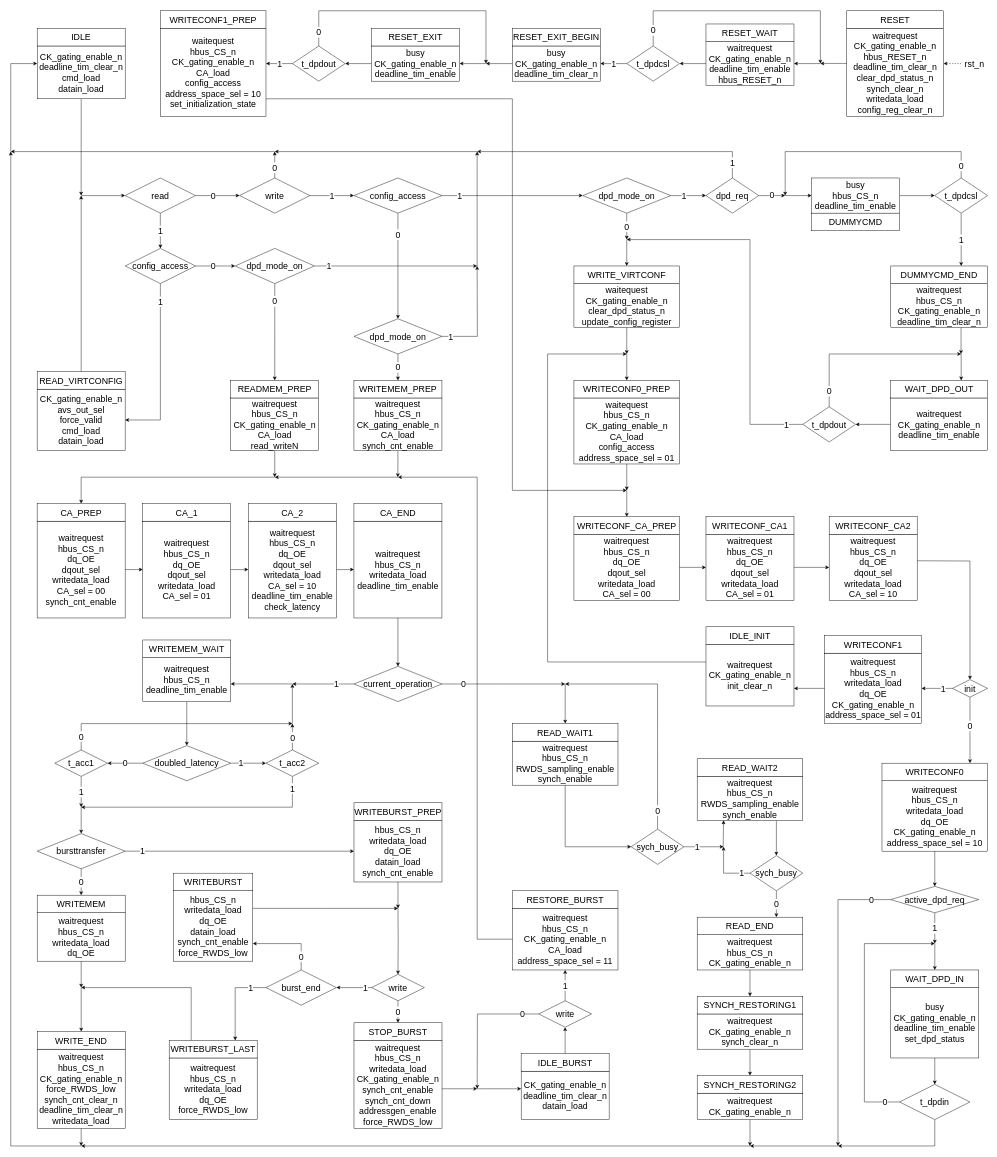
Before: page "FSM" (9 of 9) of hyperram_system/ip/avs_to_hram_converter/schematics/avs_to_hram_converter.drawio in AndreaBononi/Intel_Cyclone10LP_systems, a draw.io diagram. Source tidied: cells renumbered, new cells numbered last; positions are measured from the earlier drawing's top-left corner, leaving out a move shared by most shapes. Both pictures are drawn from the tidied source at 44%, with x=0, y=0 at pixel (11, 11).
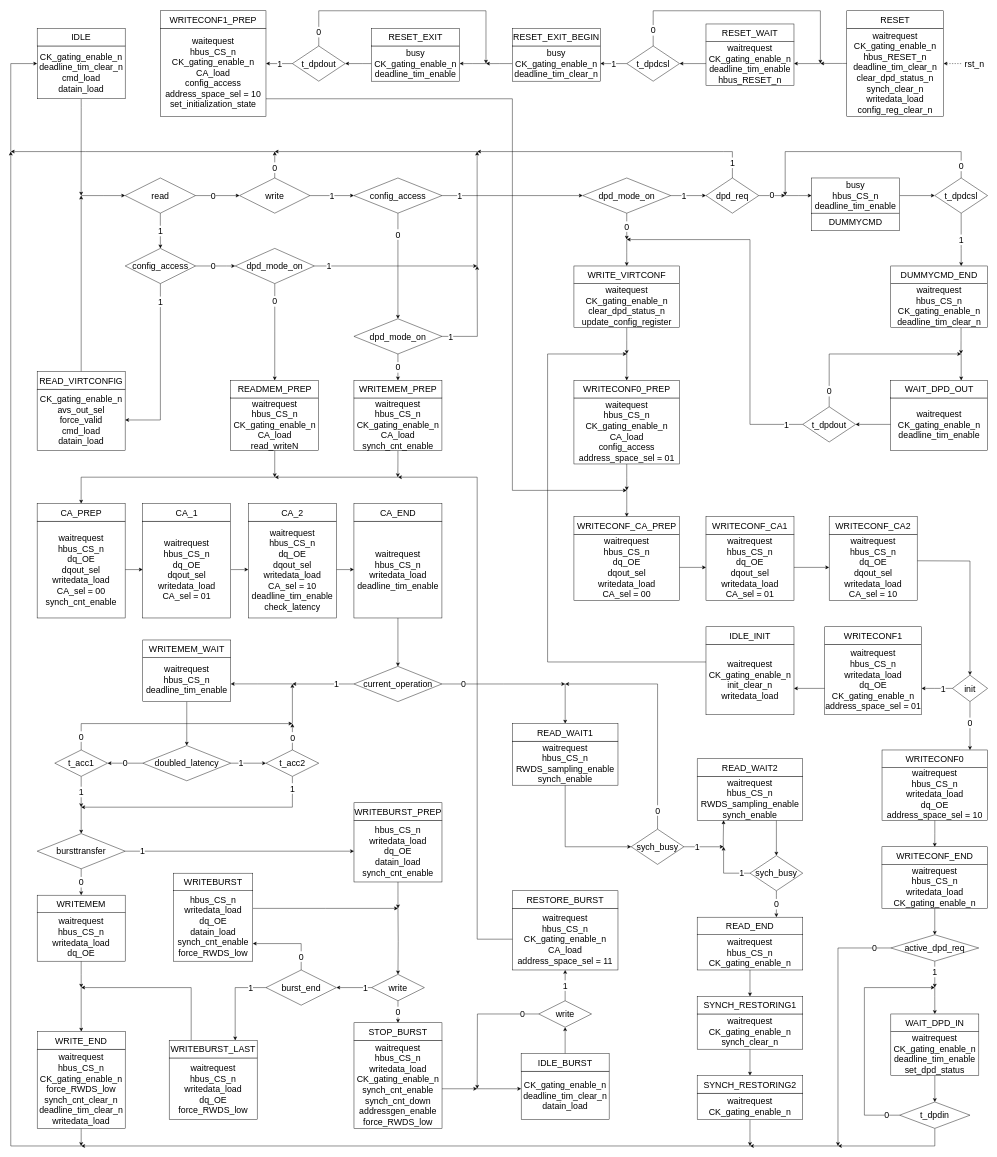
After the change.

Commit message (it also covers changes not shown here):
hyperram system timing and schematic update

What changed in the source:
```diff
@@
     <mxCell id="36" value="1" style="edgeStyle=orthogonalEdgeStyle;rounded=0;jettySize=auto;html=1;exitX=0.5;exitY=1;exitDx=0;exitDy=0;fontSize=20;" parent="1" edge="1" source="37">
-      <mxGeometry x="-0.01" relative="1" as="geometry">
-        <mxPoint x="2100" y="2120" as="targetPoint" />
+      <mxGeometry x="-0.21" relative="1" as="geometry">
+        <mxPoint x="2100" y="2220" as="targetPoint" />
       </mxGeometry>
     </mxCell>
     <mxCell id="37" value="&lt;font style=&quot;font-size: 20px;&quot;&gt;active_dpd_req&lt;/font&gt;" style="rhombus;whiteSpace=wrap;html=1;fontSize=20;" parent="1" vertex="1">
-      <mxGeometry x="2000" y="1990" width="200" height="60" as="geometry" />
+      <mxGeometry x="2000" y="2100" width="200" height="60" as="geometry" />
     </mxCell>
@@
-    <mxCell id="90" style="edgeStyle=orthogonalEdgeStyle;rounded=0;jettySize=auto;html=1;exitX=0;exitY=0.5;exitDx=0;exitDy=0;" parent="1" edge="1" source="91">
+    <mxCell id="90" style="edgeStyle=orthogonalEdgeStyle;rounded=0;orthogonalLoop=1;jettySize=auto;html=1;" parent="1" edge="1">
       <mxGeometry relative="1" as="geometry">
+        <mxPoint x="1850" y="1540" as="sourcePoint" />
         <mxPoint x="1780" y="1540" as="targetPoint" />
       </mxGeometry>
     </mxCell>
     <mxCell id="91" value="&lt;div style=&quot;font-size: 20px;&quot;&gt;waitrequest&lt;/div&gt;&lt;div style=&quot;font-size: 20px;&quot;&gt;&lt;font style=&quot;font-size: 20px;&quot;&gt;hbus_CS_n&lt;/font&gt;&lt;/div&gt;&lt;div style=&quot;font-size: 20px;&quot;&gt;&lt;font style=&quot;font-size: 20px;&quot;&gt;writedata_load&lt;/font&gt;&lt;/div&gt;&lt;div style=&quot;font-size: 20px;&quot;&gt;&lt;font style=&quot;font-size: 20px;&quot;&gt;dq_OE&lt;/font&gt;&lt;font style=&quot;font-size: 20px;&quot;&gt;&lt;br&gt;&lt;/font&gt;&lt;/div&gt;&lt;div style=&quot;font-size: 20px;&quot;&gt;&lt;font style=&quot;font-size: 20px;&quot;&gt;CK_gating_enable_n&lt;/font&gt;&lt;/div&gt;&lt;div style=&quot;font-size: 20px;&quot;&gt;&lt;font style=&quot;font-size: 20px;&quot;&gt;address_space_sel = 01&lt;br&gt;&lt;/font&gt;&lt;/div&gt;" style="rounded=0;whiteSpace=wrap;html=1;fontSize=20;" parent="1" vertex="1">
-      <mxGeometry x="1849.9" y="1460" width="220.1" height="160" as="geometry" />
+      <mxGeometry x="1850" y="1440" width="220" height="160" as="geometry" />
     </mxCell>
     <mxCell id="92" value="&lt;font style=&quot;font-size: 20px;&quot;&gt;WRITE&lt;/font&gt;&lt;font style=&quot;font-size: 20px;&quot;&gt;CONF&lt;/font&gt;1" style="rounded=0;whiteSpace=wrap;html=1;fontSize=20;" parent="1" vertex="1">
-      <mxGeometry x="1849.9" y="1420" width="220.1" height="40" as="geometry" />
+      <mxGeometry x="1850" y="1400" width="220.1" height="40" as="geometry" />
     </mxCell>
     <mxCell id="93" value="0" style="edgeStyle=orthogonalEdgeStyle;rounded=0;jettySize=auto;html=1;exitX=0;exitY=0.5;exitDx=0;exitDy=0;fontSize=20;" parent="1" edge="1" source="37">
       <mxGeometry x="-0.87" relative="1" as="geometry">
         <mxPoint x="1880" y="2580" as="targetPoint" />
         <Array as="points">
-          <mxPoint x="1880" y="2020" />
+          <mxPoint x="1880" y="2130" />
         </Array>
       </mxGeometry>
     </mxCell>
@@
-    <mxCell id="105" value="&lt;div style=&quot;font-size: 20px;&quot;&gt;&lt;font style=&quot;font-size: 20px;&quot;&gt;busy&lt;/font&gt;&lt;/div&gt;&lt;div style=&quot;font-size: 20px;&quot;&gt;&lt;font style=&quot;font-size: 20px;&quot;&gt;CK_gating_enable_n&lt;/font&gt;&lt;/div&gt;&lt;div style=&quot;font-size: 20px;&quot;&gt;deadline_tim_enable&lt;br style=&quot;font-size: 20px;&quot;&gt;&lt;/div&gt;&lt;div style=&quot;font-size: 20px;&quot;&gt;set_dpd_status&lt;br style=&quot;font-size: 20px;&quot;&gt;&lt;/div&gt;" style="rounded=0;whiteSpace=wrap;html=1;fontSize=20;" parent="1" vertex="1">
-      <mxGeometry x="2000" y="2220" width="200" height="160" as="geometry" />
+    <mxCell id="105" value="&lt;div style=&quot;font-size: 20px;&quot;&gt;waitrequest&lt;font style=&quot;font-size: 20px;&quot;&gt;&lt;br&gt;&lt;/font&gt;&lt;/div&gt;&lt;div style=&quot;font-size: 20px;&quot;&gt;&lt;font style=&quot;font-size: 20px;&quot;&gt;CK_gating_enable_n&lt;/font&gt;&lt;/div&gt;&lt;div style=&quot;font-size: 20px;&quot;&gt;deadline_tim_enable&lt;br style=&quot;font-size: 20px;&quot;&gt;&lt;/div&gt;&lt;div style=&quot;font-size: 20px;&quot;&gt;set_dpd_status&lt;br style=&quot;font-size: 20px;&quot;&gt;&lt;/div&gt;" style="rounded=0;whiteSpace=wrap;html=1;fontSize=20;" parent="1" vertex="1">
+      <mxGeometry x="2000.1" y="2320" width="200" height="100" as="geometry" />
     </mxCell>
-    <mxCell id="106" style="edgeStyle=orthogonalEdgeStyle;rounded=0;jettySize=auto;html=1;exitX=0.5;exitY=0;exitDx=0;exitDy=0;entryX=0.5;entryY=0;entryDx=0;entryDy=0;" parent="1" edge="1" target="107">
+    <mxCell id="106" style="edgeStyle=orthogonalEdgeStyle;rounded=0;jettySize=auto;html=1;entryX=0.5;entryY=0;entryDx=0;entryDy=0;" parent="1" edge="1" target="107">
       <mxGeometry relative="1" as="geometry">
-        <mxPoint x="2100.1" y="2120" as="sourcePoint" />
+        <mxPoint x="2100" y="2220" as="sourcePoint" />
         <Array as="points">
-          <mxPoint x="2100" y="2150" />
-          <mxPoint x="2100" y="2150" />
+          <mxPoint x="2100" y="2240" />
+          <mxPoint x="2100" y="2240" />
         </Array>
       </mxGeometry>
     </mxCell>
     <mxCell id="107" value="&lt;font style=&quot;font-size: 20px;&quot;&gt;WAIT_DPD_IN&lt;/font&gt;" style="rounded=0;whiteSpace=wrap;html=1;fontSize=20;" parent="1" vertex="1">
-      <mxGeometry x="2000" y="2180" width="200" height="40" as="geometry" />
+      <mxGeometry x="2000.1" y="2280" width="200" height="40" as="geometry" />
     </mxCell>
     <mxCell id="108" value="0" style="edgeStyle=orthogonalEdgeStyle;rounded=0;jettySize=auto;html=1;exitX=0;exitY=0.5;exitDx=0;exitDy=0;fontSize=20;" parent="1" edge="1" source="110">
       <mxGeometry x="-0.89" relative="1" as="geometry">
-        <mxPoint x="2100" y="2120" as="targetPoint" />
+        <mxPoint x="2100" y="2220" as="targetPoint" />
         <Array as="points">
-          <mxPoint x="1940" y="2480" />
-          <mxPoint x="1940" y="2120" />
+          <mxPoint x="1940" y="2510" />
+          <mxPoint x="1940" y="2220" />
         </Array>
       </mxGeometry>
     </mxCell>
@@
     <mxCell id="110" value="&lt;font style=&quot;font-size: 20px;&quot;&gt;t_dpdin&lt;/font&gt;" style="rhombus;whiteSpace=wrap;html=1;fontSize=20;" parent="1" vertex="1">
-      <mxGeometry x="2020" y="2440" width="160" height="80" as="geometry" />
+      <mxGeometry x="2020.1" y="2480" width="160" height="60" as="geometry" />
     </mxCell>
@@
-    <mxCell id="208" style="edgeStyle=orthogonalEdgeStyle;rounded=0;jettySize=auto;html=1;exitX=0.5;exitY=1;exitDx=0;exitDy=0;entryX=0.5;entryY=0;entryDx=0;entryDy=0;" parent="1" edge="1" source="209" target="37">
-      <mxGeometry relative="1" as="geometry" />
+    <mxCell id="208" style="edgeStyle=orthogonalEdgeStyle;rounded=0;jettySize=auto;html=1;entryX=0.5;entryY=0;entryDx=0;entryDy=0;" parent="1" edge="1" target="37">
+      <mxGeometry relative="1" as="geometry">
+        <mxPoint x="2100" y="2000" as="sourcePoint" />
+        <Array as="points">
+          <mxPoint x="2100" y="2030" />
+          <mxPoint x="2100" y="2030" />
+        </Array>
+      </mxGeometry>
     </mxCell>
+    <mxCell id="223" style="edgeStyle=orthogonalEdgeStyle;rounded=0;jettySize=auto;html=1;exitX=0.5;exitY=1;exitDx=0;exitDy=0;entryX=0.5;entryY=0;entryDx=0;entryDy=0;" parent="1" edge="1" source="209" target="224">
+      <mxGeometry relative="1" as="geometry" />
+    </mxCell>
-    <mxCell id="209" value="&lt;div style=&quot;font-size: 20px;&quot;&gt;waitrequest&lt;/div&gt;&lt;div style=&quot;font-size: 20px;&quot;&gt;&lt;font style=&quot;font-size: 20px;&quot;&gt;hbus_CS_n&lt;/font&gt;&lt;/div&gt;&lt;div style=&quot;font-size: 20px;&quot;&gt;&lt;font style=&quot;font-size: 20px;&quot;&gt;writedata_load&lt;/font&gt;&lt;/div&gt;&lt;div style=&quot;font-size: 20px;&quot;&gt;&lt;font style=&quot;font-size: 20px;&quot;&gt;dq_OE&lt;/font&gt;&lt;font style=&quot;font-size: 20px;&quot;&gt;&lt;br&gt;&lt;/font&gt;&lt;/div&gt;&lt;div style=&quot;font-size: 20px;&quot;&gt;&lt;font style=&quot;font-size: 20px;&quot;&gt;CK_gating_enable_n&lt;/font&gt;&lt;/div&gt;&lt;div style=&quot;font-size: 20px;&quot;&gt;&lt;font style=&quot;font-size: 20px;&quot;&gt;address_space_sel = 10&lt;br&gt;&lt;/font&gt;&lt;/div&gt;" style="rounded=0;whiteSpace=wrap;html=1;fontSize=20;" parent="1" vertex="1">
-      <mxGeometry x="1980" y="1750" width="240" height="160" as="geometry" />
+    <mxCell id="209" value="&lt;div style=&quot;font-size: 20px;&quot;&gt;waitrequest&lt;/div&gt;&lt;div style=&quot;font-size: 20px;&quot;&gt;&lt;font style=&quot;font-size: 20px;&quot;&gt;hbus_CS_n&lt;/font&gt;&lt;/div&gt;&lt;div style=&quot;font-size: 20px;&quot;&gt;&lt;font style=&quot;font-size: 20px;&quot;&gt;writedata_load&lt;/font&gt;&lt;/div&gt;&lt;div style=&quot;font-size: 20px;&quot;&gt;&lt;font style=&quot;font-size: 20px;&quot;&gt;dq_OE&lt;/font&gt;&lt;font style=&quot;font-size: 20px;&quot;&gt;&lt;br&gt;&lt;/font&gt;&lt;/div&gt;&lt;div style=&quot;font-size: 20px;&quot;&gt;&lt;font style=&quot;font-size: 20px;&quot;&gt;address_space_sel = 10&lt;br&gt;&lt;/font&gt;&lt;/div&gt;" style="rounded=0;whiteSpace=wrap;html=1;fontSize=20;" parent="1" vertex="1">
+      <mxGeometry x="1980.1" y="1720" width="240" height="120" as="geometry" />
     </mxCell>
     <mxCell id="210" value="&lt;font style=&quot;font-size: 20px;&quot;&gt;WRITE&lt;/font&gt;&lt;font style=&quot;font-size: 20px;&quot;&gt;CONF&lt;/font&gt;0" style="rounded=0;whiteSpace=wrap;html=1;fontSize=20;" parent="1" vertex="1">
-      <mxGeometry x="1980" y="1710" width="240" height="40" as="geometry" />
+      <mxGeometry x="1980.1" y="1680" width="240" height="40" as="geometry" />
     </mxCell>
     <mxCell id="211" value="&lt;font style=&quot;font-size: 20px;&quot;&gt;0&lt;/font&gt;" style="edgeStyle=orthogonalEdgeStyle;rounded=0;jettySize=auto;html=1;exitX=0.5;exitY=1;exitDx=0;exitDy=0;" parent="1" edge="1" source="213">
       <mxGeometry x="-0.14" relative="1" as="geometry">
-        <mxPoint x="2180" y="1710" as="targetPoint" />
+        <mxPoint x="2180" y="1680" as="targetPoint" />
       </mxGeometry>
     </mxCell>
-    <mxCell id="212" value="&lt;font style=&quot;font-size: 20px;&quot;&gt;1&lt;/font&gt;" style="edgeStyle=orthogonalEdgeStyle;rounded=0;jettySize=auto;html=1;exitX=0;exitY=0.5;exitDx=0;exitDy=0;entryX=1;entryY=0.5;entryDx=0;entryDy=0;" parent="1" edge="1" source="213" target="91">
+    <mxCell id="212" value="&lt;font style=&quot;font-size: 20px;&quot;&gt;1&lt;/font&gt;" style="edgeStyle=orthogonalEdgeStyle;rounded=0;jettySize=auto;html=1;exitX=0;exitY=0.5;exitDx=0;exitDy=0;" parent="1" edge="1" source="213">
       <mxGeometry x="-0.4" relative="1" as="geometry">
+        <mxPoint x="2070" y="1540" as="targetPoint" />
         <Array as="points">
           <mxPoint x="2099.9" y="1540" />
           <mxPoint x="2099.9" y="1540" />
         </Array>
       </mxGeometry>
     </mxCell>
     <mxCell id="213" value="init" style="rhombus;whiteSpace=wrap;html=1;fontSize=20;" parent="1" vertex="1">
-      <mxGeometry x="2140" y="1520" width="80" height="40" as="geometry" />
+      <mxGeometry x="2140" y="1510" width="80" height="60" as="geometry" />
     </mxCell>
-    <mxCell id="214" value="&lt;div style=&quot;font-size: 20px;&quot;&gt;waitrequest&lt;/div&gt;&lt;div style=&quot;font-size: 20px;&quot;&gt;&lt;font style=&quot;font-size: 20px;&quot;&gt;CK_gating_enable_n&lt;/font&gt;&lt;/div&gt;&lt;div style=&quot;font-size: 20px;&quot;&gt;&lt;font style=&quot;font-size: 20px;&quot;&gt;init_clear_n&lt;br&gt;&lt;/font&gt;&lt;/div&gt;" style="rounded=0;whiteSpace=wrap;html=1;fontSize=20;" parent="1" vertex="1">
-      <mxGeometry x="1580" y="1440" width="200" height="140" as="geometry" />
+    <mxCell id="214" value="&lt;div style=&quot;font-size: 20px;&quot;&gt;waitrequest&lt;/div&gt;&lt;div style=&quot;font-size: 20px;&quot;&gt;&lt;font style=&quot;font-size: 20px;&quot;&gt;CK_gating_enable_n&lt;/font&gt;&lt;/div&gt;&lt;div style=&quot;font-size: 20px;&quot;&gt;&lt;font style=&quot;font-size: 20px;&quot;&gt;init_clear_n&lt;br&gt;&lt;/font&gt;&lt;/div&gt;&lt;div&gt;&lt;font style=&quot;font-size: 20px;&quot;&gt;writedata_load&lt;/font&gt;&lt;/div&gt;" style="rounded=0;whiteSpace=wrap;html=1;fontSize=20;" parent="1" vertex="1">
+      <mxGeometry x="1580" y="1440" width="200" height="160" as="geometry" />
     </mxCell>
@@
+    <mxCell id="224" value="&lt;font style=&quot;font-size: 20px;&quot;&gt;WRITE&lt;/font&gt;&lt;font style=&quot;font-size: 20px;&quot;&gt;CONF&lt;/font&gt;_END" style="rounded=0;whiteSpace=wrap;html=1;fontSize=20;" parent="1" vertex="1">
+      <mxGeometry x="1979.9" y="1900" width="240" height="40" as="geometry" />
+    </mxCell>
+    <mxCell id="225" value="&lt;div&gt;waitrequest&lt;font style=&quot;font-size: 20px;&quot;&gt;&lt;br&gt;&lt;/font&gt;&lt;/div&gt;&lt;div&gt;&lt;font style=&quot;font-size: 20px;&quot;&gt;hbus_CS_n&lt;/font&gt;&lt;font style=&quot;font-size: 20px;&quot;&gt;&lt;br&gt;&lt;/font&gt;&lt;/div&gt;&lt;div&gt;&lt;font style=&quot;font-size: 20px;&quot;&gt;writedata_load&lt;/font&gt;&lt;/div&gt;&lt;div&gt;&lt;font style=&quot;font-size: 20px;&quot;&gt;CK_gating_enable_n&lt;/font&gt;&lt;/div&gt;" style="rounded=0;whiteSpace=wrap;html=1;fontSize=20;" parent="1" vertex="1">
+      <mxGeometry x="1979.9" y="1940" width="240" height="100" as="geometry" />
+    </mxCell>
```
